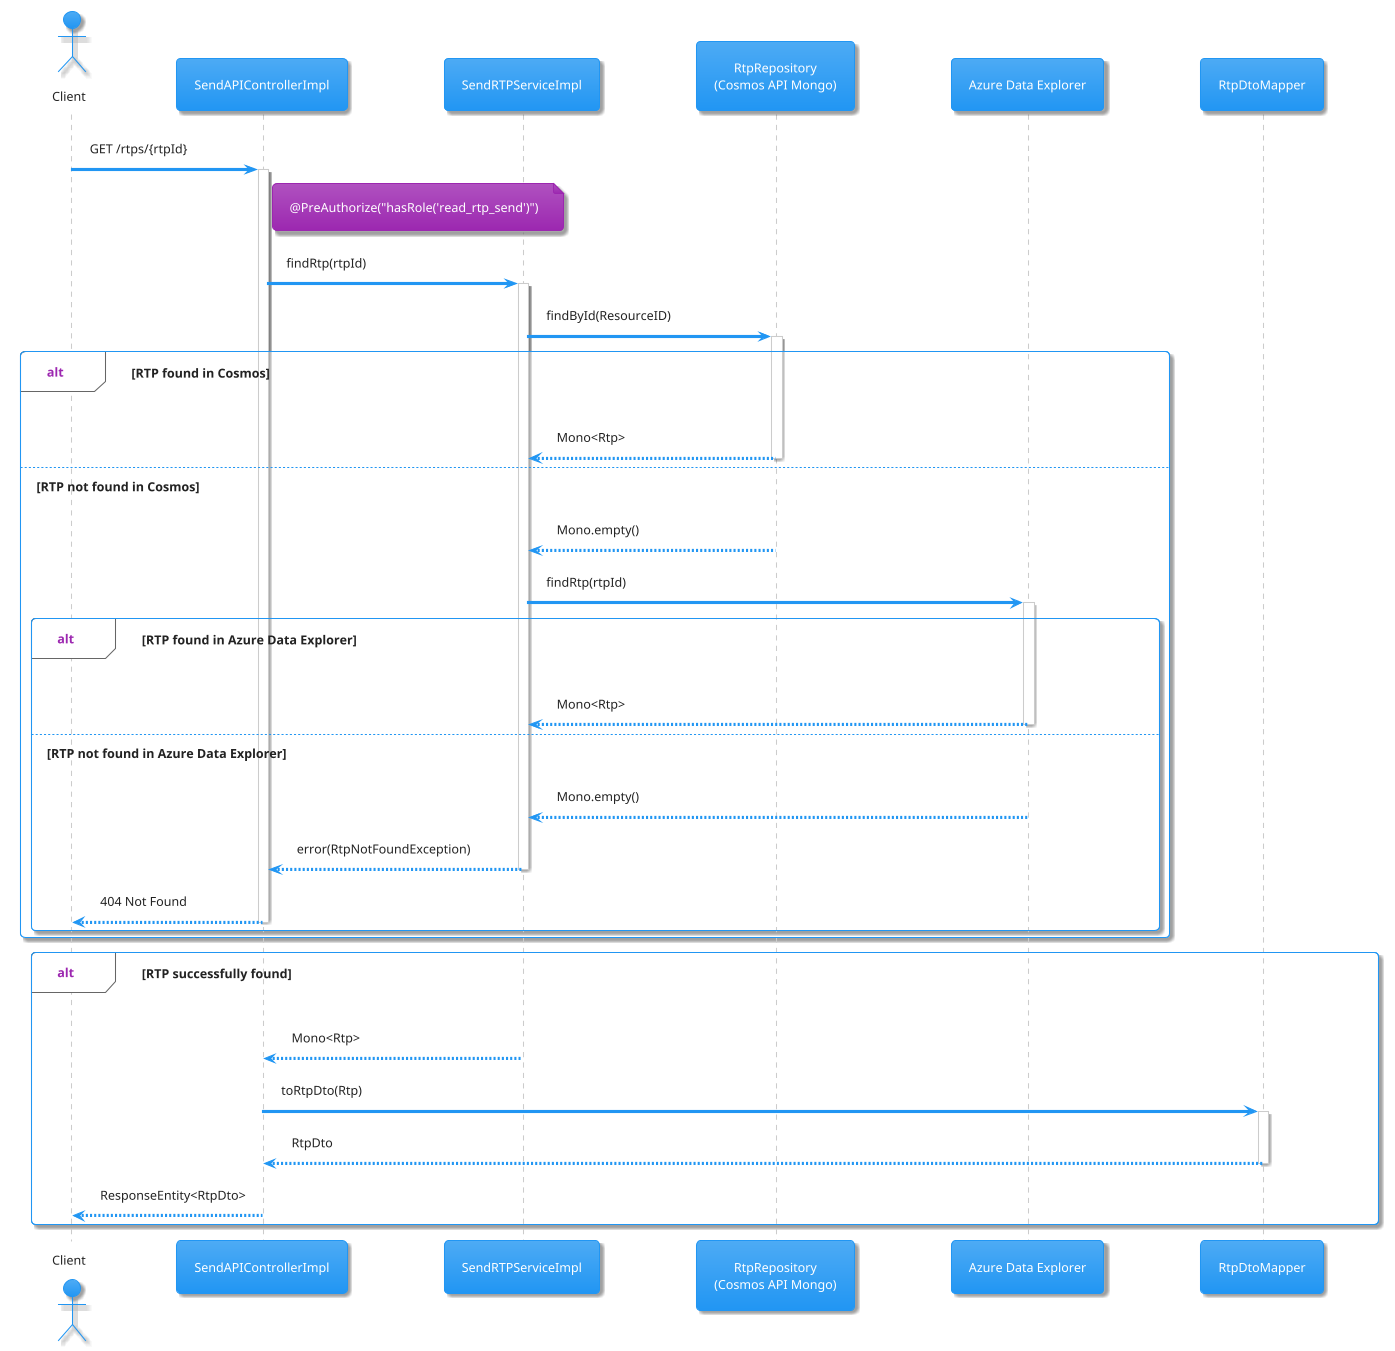
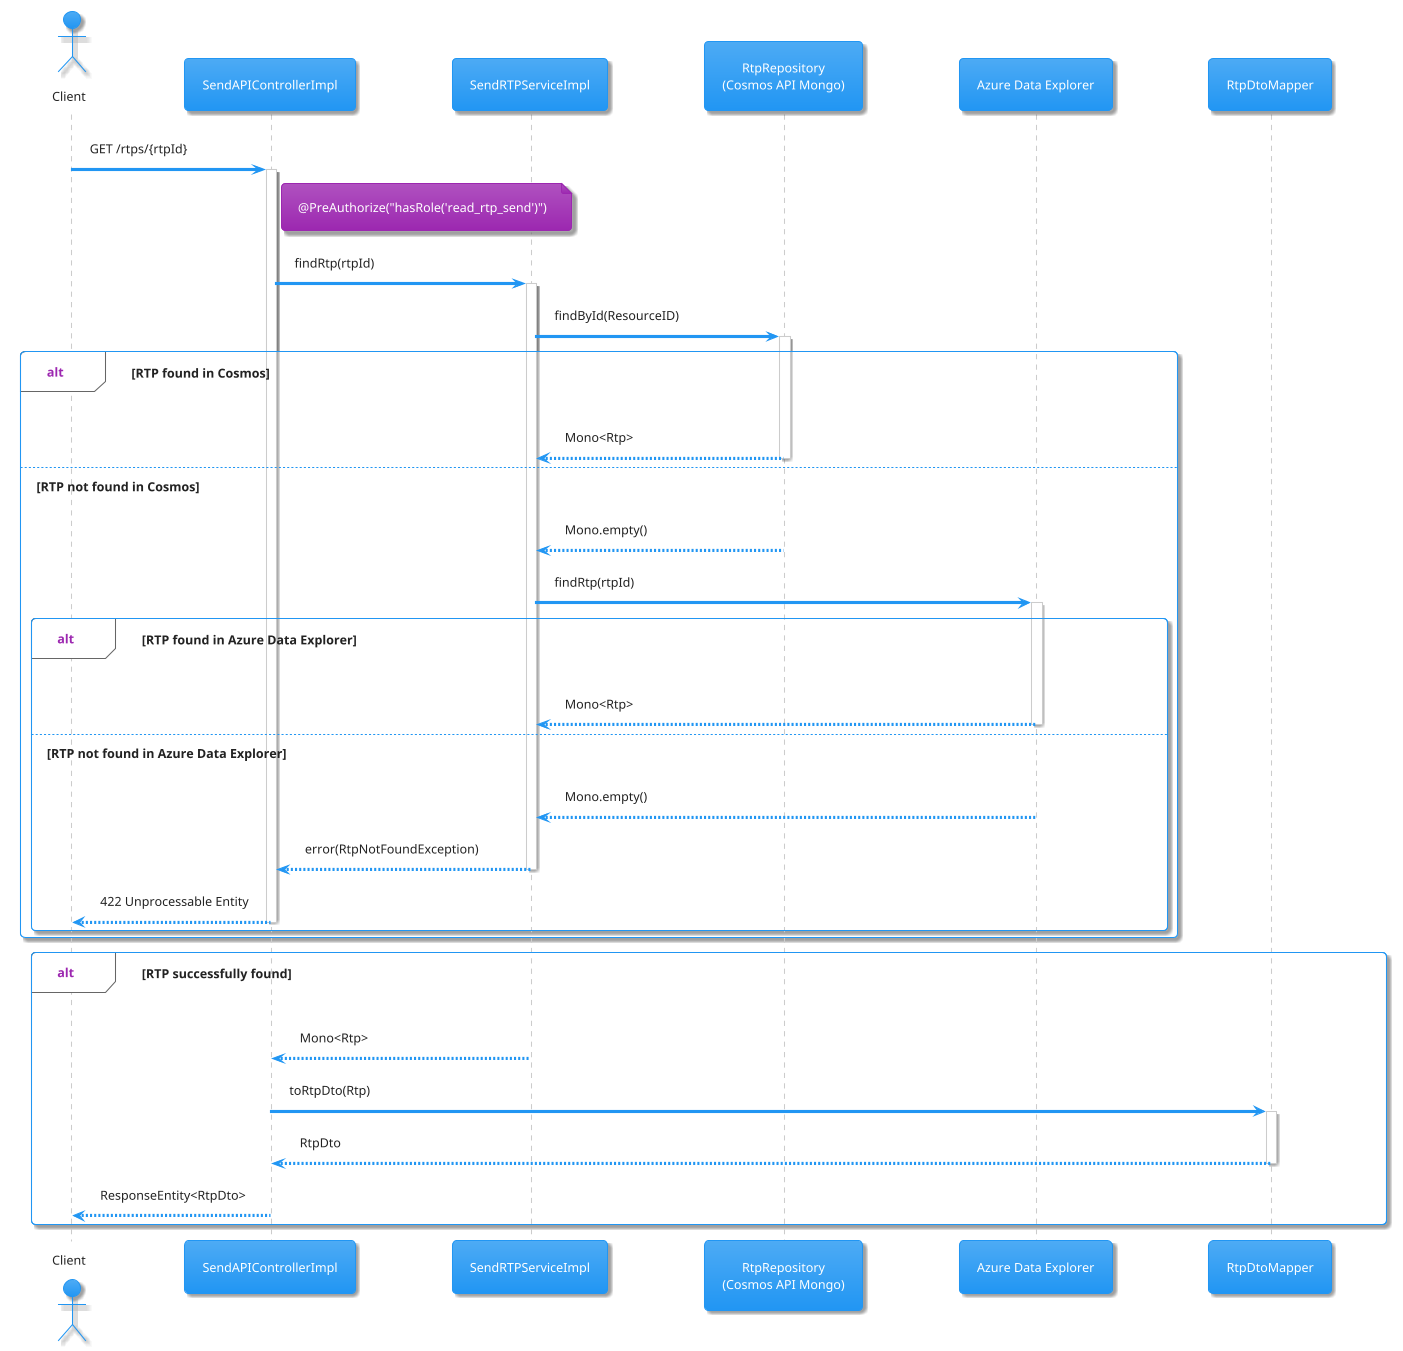
@startuml

!theme materia

actor "Client" as Client
participant "SendAPIControllerImpl" as Controller
participant "SendRTPServiceImpl" as Service
participant "RtpRepository\n(Cosmos API Mongo)" as Repository
participant "Azure Data Explorer" as ADX
participant "RtpDtoMapper" as Mapper

Client -> Controller : GET /rtps/{rtpId}
activate Controller
note right of Controller : @PreAuthorize("hasRole('read_rtp_send')")

Controller -> Service : findRtp(rtpId)
activate Service

Service -> Repository : findById(ResourceID)
activate Repository

alt RTP found in Cosmos
    Repository --> Service : Mono<Rtp>
    deactivate Repository

else RTP not found in Cosmos
    Repository --> Service : Mono.empty()
    deactivate Repository

    Service -> ADX : findRtp(rtpId)
    activate ADX

    alt RTP found in Azure Data Explorer
        ADX --> Service : Mono<Rtp>
        deactivate ADX

    else RTP not found in Azure Data Explorer
        ADX --> Service : Mono.empty()
        deactivate ADX

        Service --> Controller : error(RtpNotFoundException)
        deactivate Service

-         Controller --> Client : 404 Not Found
+         Controller --> Client : 422 Unprocessable Entity
        deactivate Controller
    end
end

alt RTP successfully found
    Service --> Controller : Mono<Rtp>
    deactivate Service

    Controller -> Mapper : toRtpDto(Rtp)
    activate Mapper
    Mapper --> Controller : RtpDto
    deactivate Mapper

    Controller --> Client : ResponseEntity<RtpDto>
    deactivate Controller
end

@enduml